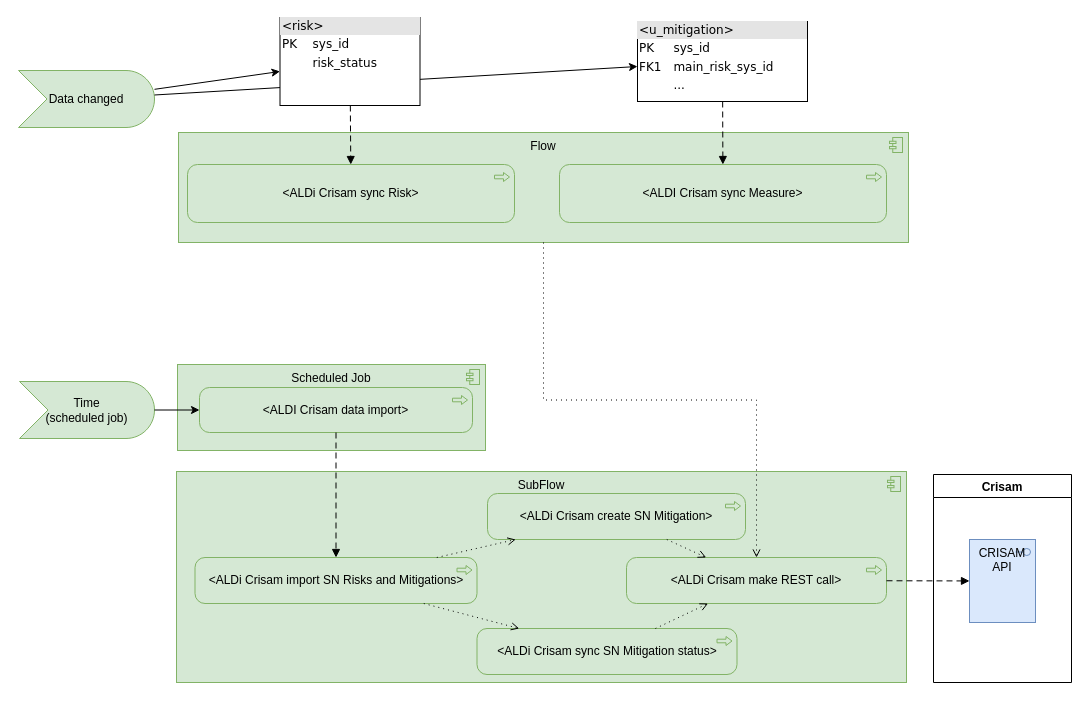
This is page "FlowDesigner" (25 of 25) of AldiCrisam.drawio from algimas/tmp, a draw.io file, before an edit. Source tidied: cells renumbered, new cells numbered last; positions are measured from the earlier drawing's top-left corner, leaving out a move shared by most shapes. Both pictures are drawn from the tidied source at 100%, with x=0, y=0 at pixel (18, 17).
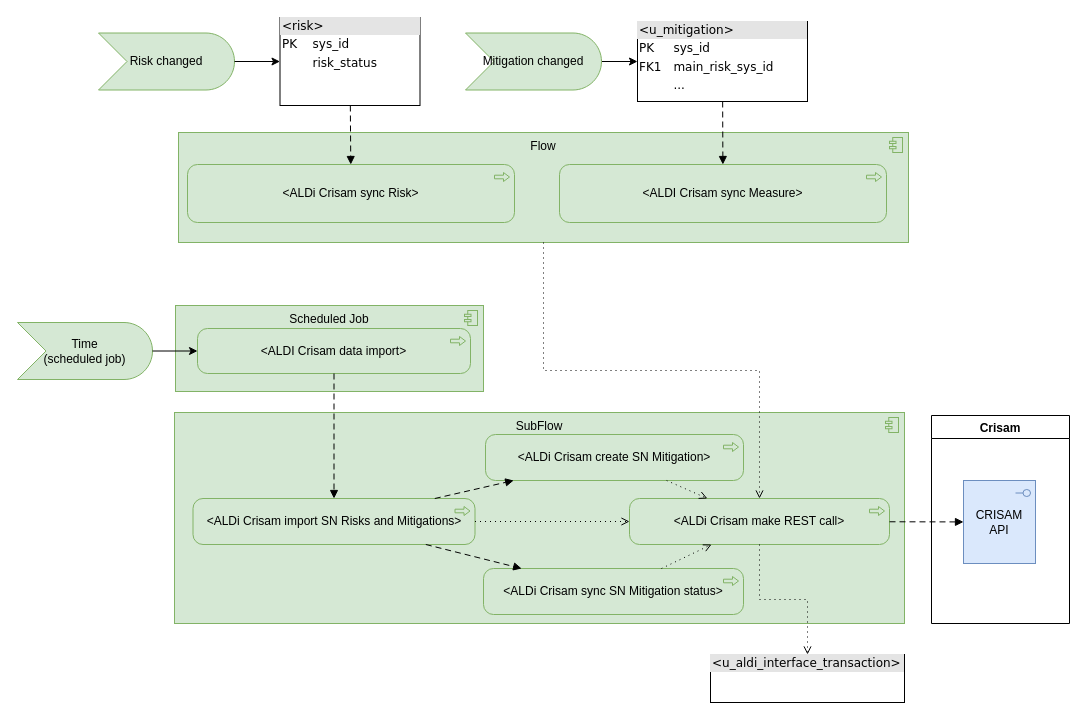
After the change.

Unchanged cells that the change refers to:
```xml
<mxCell id="9" value="&lt;div style=&quot;box-sizing: border-box ; width: 100% ; background: #e4e4e4 ; padding: 2px&quot;&gt;&amp;lt;u_mitigation&amp;gt;&lt;/div&gt;&lt;table style=&quot;width: 100% ; font-size: 1em&quot; cellpadding=&quot;2&quot; cellspacing=&quot;0&quot;&gt;&lt;tbody&gt;&lt;tr&gt;&lt;td&gt;PK&lt;/td&gt;&lt;td&gt;sys_id&lt;/td&gt;&lt;/tr&gt;&lt;tr&gt;&lt;td&gt;FK1&lt;/td&gt;&lt;td&gt;main_risk_sys_id&lt;br&gt;&lt;/td&gt;&lt;/tr&gt;&lt;tr&gt;&lt;td&gt;&lt;br&gt;&lt;/td&gt;&lt;td&gt;...&lt;/td&gt;&lt;/tr&gt;&lt;/tbody&gt;&lt;/table&gt;" style="verticalAlign=top;align=left;overflow=fill;html=1;rounded=0;shadow=0;comic=0;labelBackgroundColor=none;strokeWidth=1;fontFamily=Verdana;fontSize=12;" parent="1" vertex="1">
  <mxGeometry x="619" y="4" width="170" height="80" as="geometry" />
</mxCell>
```

What changed in the source:
```diff
@@
     <mxCell id="5" value="SubFlow" style="html=1;whiteSpace=wrap;fillColor=#d5e8d4;shape=mxgraph.archimate3.application;appType=comp;archiType=square;strokeColor=#82b366;verticalAlign=top;" parent="1" vertex="1">
-      <mxGeometry x="158" y="454" width="730" height="211" as="geometry" />
+      <mxGeometry x="156" y="395" width="730" height="211" as="geometry" />
     </mxCell>
     <mxCell id="6" value="&amp;lt;ALDi Crisam import SN Risks and Mitigations&amp;gt;" style="html=1;outlineConnect=0;whiteSpace=wrap;fillColor=#d5e8d4;shape=mxgraph.archimate3.application;appType=proc;archiType=rounded;strokeColor=#82b366;" parent="1" vertex="1">
-      <mxGeometry x="176.5" y="540" width="282" height="46" as="geometry" />
+      <mxGeometry x="174.5" y="481" width="282" height="46" as="geometry" />
     </mxCell>
     <mxCell id="7" value="&amp;lt;ALDi Crisam create SN Mitigation&amp;gt;" style="html=1;outlineConnect=0;whiteSpace=wrap;fillColor=#d5e8d4;shape=mxgraph.archimate3.application;appType=proc;archiType=rounded;strokeColor=#82b366;" parent="1" vertex="1">
-      <mxGeometry x="469" y="476" width="258" height="46" as="geometry" />
+      <mxGeometry x="467" y="417" width="258" height="46" as="geometry" />
     </mxCell>
     <mxCell id="8" value="&amp;lt;ALDi Crisam sync SN Mitigation status&amp;gt;" style="html=1;outlineConnect=0;whiteSpace=wrap;fillColor=#d5e8d4;shape=mxgraph.archimate3.application;appType=proc;archiType=rounded;strokeColor=#82b366;" parent="1" vertex="1">
-      <mxGeometry x="458.5" y="611" width="260" height="46" as="geometry" />
+      <mxGeometry x="465" y="551" width="260" height="46" as="geometry" />
     </mxCell>
@@
     <mxCell id="10" value="&amp;lt;ALDi Crisam make REST call&amp;gt;" style="html=1;outlineConnect=0;whiteSpace=wrap;fillColor=#d5e8d4;shape=mxgraph.archimate3.application;appType=proc;archiType=rounded;strokeColor=#82b366;" parent="1" vertex="1">
-      <mxGeometry x="608" y="540" width="260" height="46" as="geometry" />
+      <mxGeometry x="611" y="481" width="260" height="46" as="geometry" />
     </mxCell>
-    <mxCell id="11" style="html=1;endArrow=open;elbow=vertical;endFill=0;dashed=1;dashPattern=1 4;rounded=0;fillColor=#00b9f2;" parent="1" edge="1" source="6" target="7">
-      <mxGeometry relative="1" as="geometry" />
-    </mxCell>
-    <mxCell id="12" style="html=1;endArrow=open;elbow=vertical;endFill=0;dashed=1;dashPattern=1 4;rounded=0;fillColor=#00b9f2;" parent="1" edge="1" source="6" target="8">
-      <mxGeometry relative="1" as="geometry" />
-    </mxCell>
-    <mxCell id="13" value="Data changed" style="html=1;outlineConnect=0;whiteSpace=wrap;fillColor=#d5e8d4;shape=mxgraph.archimate3.event;strokeColor=#82b366;" parent="1" vertex="1">
-      <mxGeometry y="53" width="136" height="57" as="geometry" />
+    <mxCell id="13" value="Risk changed" style="html=1;outlineConnect=0;whiteSpace=wrap;fillColor=#d5e8d4;shape=mxgraph.archimate3.event;strokeColor=#82b366;" parent="1" vertex="1">
+      <mxGeometry x="80" y="15.5" width="136" height="57" as="geometry" />
     </mxCell>
     <mxCell id="14" value="Time &lt;br&gt;(scheduled job)" style="html=1;outlineConnect=0;whiteSpace=wrap;fillColor=#d5e8d4;shape=mxgraph.archimate3.event;strokeColor=#82b366;" parent="1" vertex="1">
-      <mxGeometry x="1" y="364" width="135" height="57" as="geometry" />
+      <mxGeometry x="-1" y="305" width="135" height="57" as="geometry" />
     </mxCell>
     <mxCell id="15" value="Scheduled Job" style="html=1;whiteSpace=wrap;fillColor=#d5e8d4;shape=mxgraph.archimate3.application;appType=comp;archiType=square;strokeColor=#82b366;verticalAlign=top;" parent="1" vertex="1">
-      <mxGeometry x="159" y="347" width="308" height="86" as="geometry" />
+      <mxGeometry x="157" y="288" width="308" height="86" as="geometry" />
     </mxCell>
     <mxCell id="16" value="&amp;lt;ALDI Crisam data import&amp;gt;" style="html=1;outlineConnect=0;whiteSpace=wrap;fillColor=#d5e8d4;shape=mxgraph.archimate3.application;appType=proc;archiType=rounded;strokeColor=#82b366;" parent="1" vertex="1">
-      <mxGeometry x="181" y="370" width="273" height="45" as="geometry" />
+      <mxGeometry x="179" y="311" width="273" height="45" as="geometry" />
     </mxCell>
@@
-    <mxCell id="20" style="edgeStyle=none;rounded=0;jettySize=auto;html=1;fontSize=6;" parent="1" edge="1" source="13" target="9">
+    <mxCell id="20" style="edgeStyle=none;rounded=0;jettySize=auto;html=1;fontSize=6;" parent="1" edge="1" source="32" target="9">
       <mxGeometry relative="1" as="geometry" />
     </mxCell>
@@
     <mxCell id="24" value="Crisam" style="swimlane;" parent="1" vertex="1">
-      <mxGeometry x="915" y="457" width="138" height="208" as="geometry" />
+      <mxGeometry x="913" y="398" width="138" height="208" as="geometry" />
     </mxCell>
-    <mxCell id="25" value="CRISAM API" style="html=1;outlineConnect=0;whiteSpace=wrap;fillColor=#dae8fc;shape=mxgraph.archimate3.application;appType=interface;archiType=square;strokeColor=#6c8ebf;verticalAlign=top;" parent="24" vertex="1">
-      <mxGeometry x="36" y="65" width="66" height="83" as="geometry" />
+    <mxCell id="25" value="CRISAM&lt;br&gt;API" style="html=1;outlineConnect=0;whiteSpace=wrap;fillColor=#dae8fc;shape=mxgraph.archimate3.application;appType=interface;archiType=square;strokeColor=#6c8ebf;verticalAlign=middle;" parent="24" vertex="1">
+      <mxGeometry x="32" y="65" width="72" height="83" as="geometry" />
     </mxCell>
@@
+    <mxCell id="30" value="&lt;div style=&quot;box-sizing: border-box ; width: 100% ; background: #e4e4e4 ; padding: 2px&quot;&gt;&amp;lt;u_aldi_interface_transaction&amp;gt;&lt;/div&gt;&lt;table style=&quot;width: 100% ; font-size: 1em&quot; cellpadding=&quot;2&quot; cellspacing=&quot;0&quot;&gt;&lt;tbody&gt;&lt;tr&gt;&lt;td&gt;&lt;br&gt;&lt;/td&gt;&lt;td&gt;&lt;/td&gt;&lt;/tr&gt;&lt;/tbody&gt;&lt;/table&gt;" style="verticalAlign=top;align=left;overflow=fill;html=1;rounded=0;shadow=0;comic=0;labelBackgroundColor=none;strokeWidth=1;fontFamily=Verdana;fontSize=12;" parent="1" vertex="1">
+      <mxGeometry x="692" y="637" width="194" height="48" as="geometry" />
+    </mxCell>
+    <mxCell id="31" style="edgeStyle=orthogonalEdgeStyle;html=1;endArrow=open;elbow=vertical;endFill=0;dashed=1;dashPattern=1 4;rounded=0;fillColor=#00b9f2;" parent="1" edge="1" source="10" target="30">
+      <mxGeometry relative="1" as="geometry" />
+    </mxCell>
+    <mxCell id="32" value="Mitigation changed" style="html=1;outlineConnect=0;whiteSpace=wrap;fillColor=#d5e8d4;shape=mxgraph.archimate3.event;strokeColor=#82b366;" parent="1" vertex="1">
+      <mxGeometry x="447" y="15.5" width="136" height="57" as="geometry" />
+    </mxCell>
+    <mxCell id="33" style="html=1;endArrow=open;elbow=vertical;endFill=0;dashed=1;dashPattern=1 4;rounded=0;fillColor=#00b9f2;" parent="1" edge="1" source="6" target="10">
+      <mxGeometry relative="1" as="geometry" />
+    </mxCell>
+    <mxCell id="11" style="html=1;endArrow=block;dashed=1;elbow=vertical;endFill=1;dashPattern=6 4;rounded=0;fontSize=12;" parent="1" edge="1" source="6" target="7">
+      <mxGeometry relative="1" as="geometry" />
+    </mxCell>
+    <mxCell id="12" style="html=1;endArrow=block;dashed=1;elbow=vertical;endFill=1;dashPattern=6 4;rounded=0;fontSize=12;" parent="1" edge="1" source="6" target="8">
+      <mxGeometry relative="1" as="geometry" />
+    </mxCell>
```
